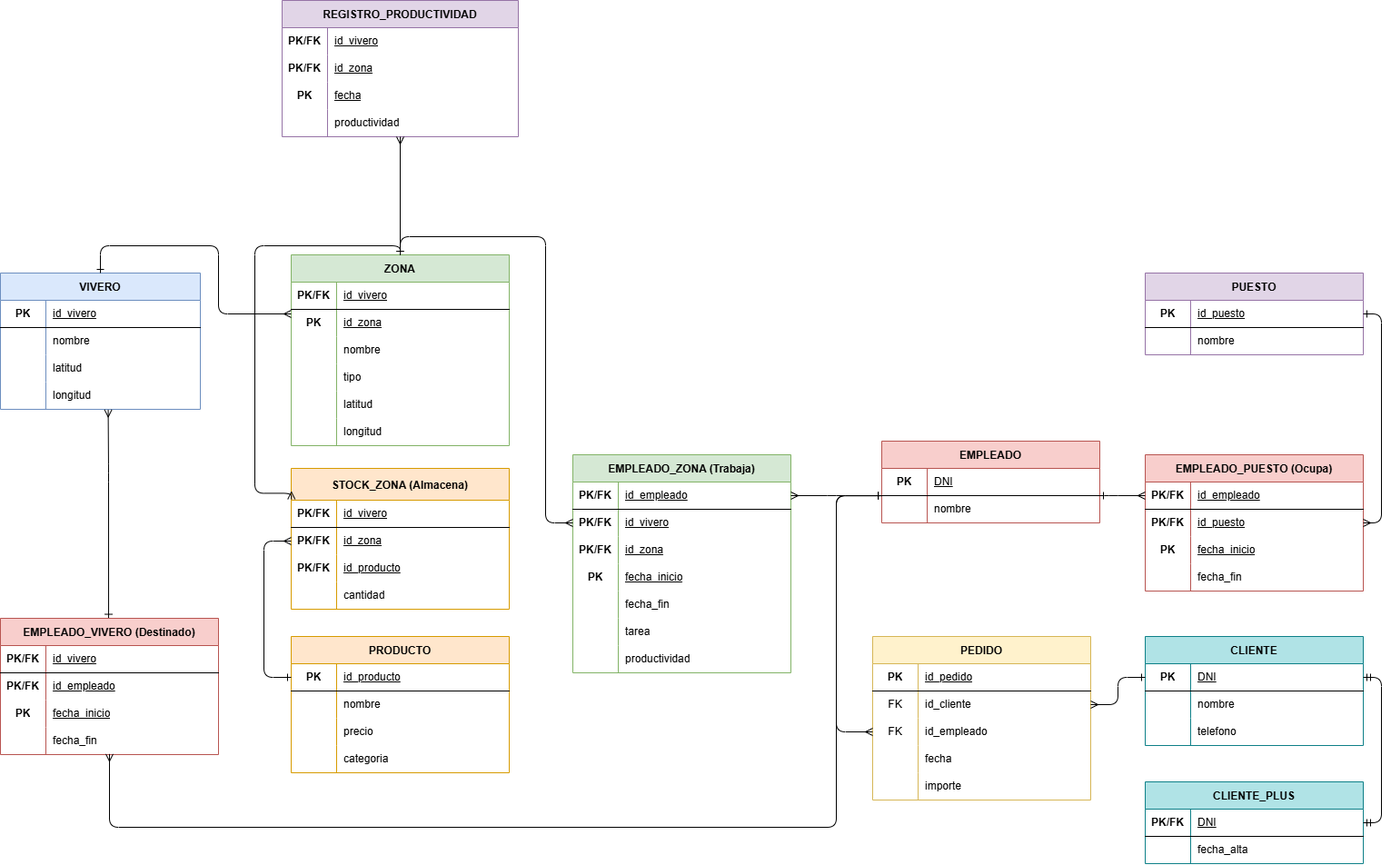
Earlier version of the draw.io export Modelo relacional.png (alu0101539669/Modelo-relacional.-Viveros). Source tidied: cells renumbered, new cells last; positions are measured from the earlier drawing's top-left corner, leaving out a move shared by most shapes.
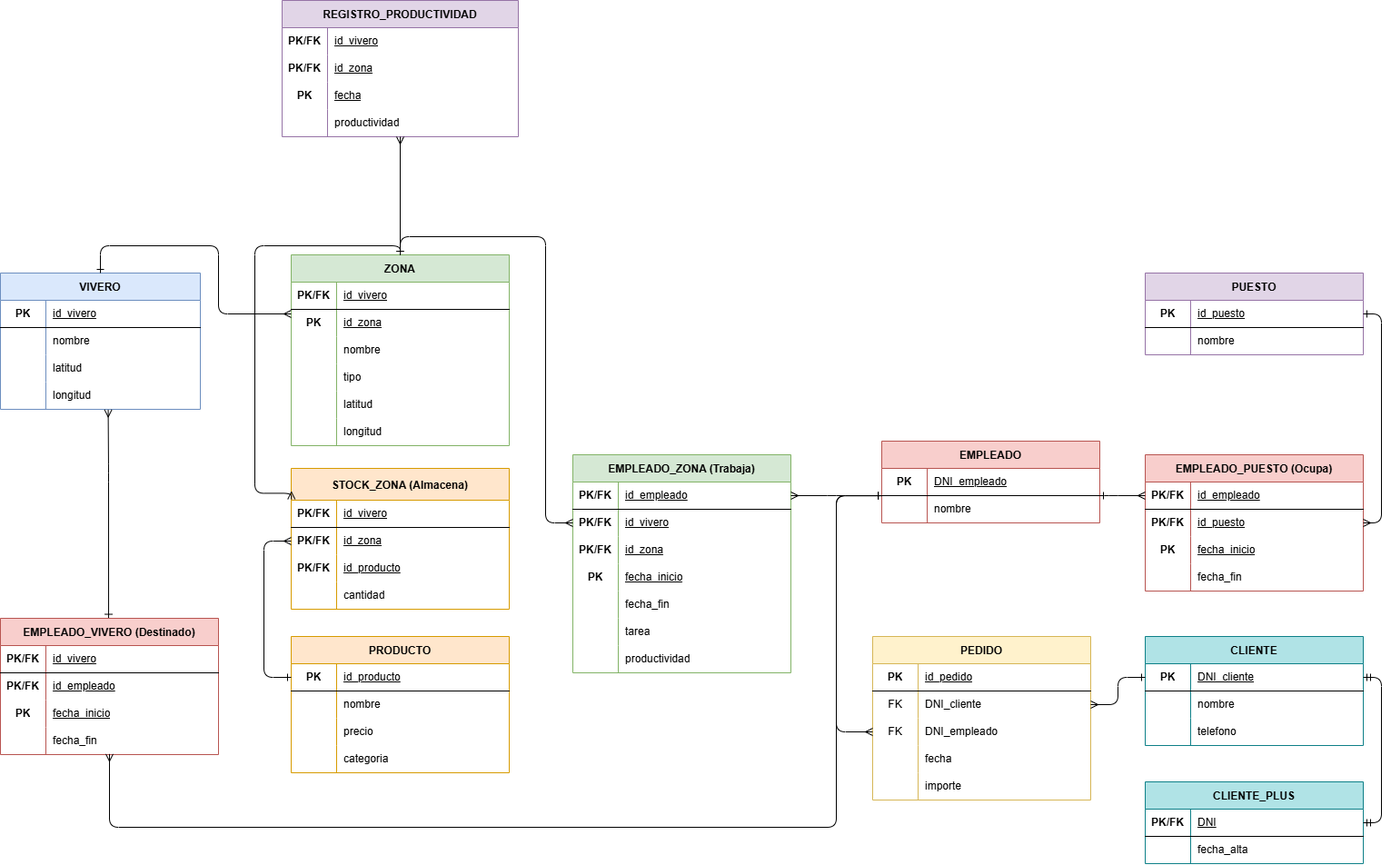
After the commit.

What changed in the source:
```diff
@@ -253,7 +253,7 @@
     <mxCell id="79" value="PK" style="shape=partialRectangle;fillColor=none;top=0;left=0;bottom=0;right=0;fontStyle=1;overflow=hidden;whiteSpace=wrap;html=1;" parent="78" vertex="1">
       <mxGeometry width="50" height="30" as="geometry" />
     </mxCell>
-    <mxCell id="80" value="DNI" style="shape=partialRectangle;fillColor=none;top=0;left=0;bottom=0;right=0;align=left;spacingLeft=6;fontStyle=4;overflow=hidden;whiteSpace=wrap;html=1;" parent="78" vertex="1">
+    <mxCell id="80" value="DNI_empleado" style="shape=partialRectangle;fillColor=none;top=0;left=0;bottom=0;right=0;align=left;spacingLeft=6;fontStyle=4;overflow=hidden;whiteSpace=wrap;html=1;" parent="78" vertex="1">
       <mxGeometry x="50" width="190" height="30" as="geometry" />
     </mxCell>
     <mxCell id="81" style="shape=tableRow;horizontal=0;startSize=0;swimlaneHead=0;swimlaneBody=0;fillColor=none;top=0;left=0;right=0;bottom=0;" parent="77" vertex="1">
@@ -433,7 +433,7 @@
     <mxCell id="132" value="PK" style="shape=partialRectangle;fillColor=none;top=0;left=0;bottom=0;right=0;fontStyle=1;overflow=hidden;whiteSpace=wrap;html=1;" parent="131" vertex="1">
       <mxGeometry width="50" height="30" as="geometry" />
     </mxCell>
-    <mxCell id="133" value="DNI" style="shape=partialRectangle;fillColor=none;top=0;left=0;bottom=0;right=0;align=left;spacingLeft=6;fontStyle=4;overflow=hidden;whiteSpace=wrap;html=1;" parent="131" vertex="1">
+    <mxCell id="133" value="DNI_cliente" style="shape=partialRectangle;fillColor=none;top=0;left=0;bottom=0;right=0;align=left;spacingLeft=6;fontStyle=4;overflow=hidden;whiteSpace=wrap;html=1;" parent="131" vertex="1">
       <mxGeometry x="50" width="190" height="30" as="geometry" />
     </mxCell>
     <mxCell id="134" style="shape=tableRow;horizontal=0;startSize=0;swimlaneHead=0;swimlaneBody=0;fillColor=none;top=0;left=0;right=0;bottom=0;" parent="130" vertex="1">
@@ -501,7 +501,7 @@
     <mxCell id="153" value="FK" style="shape=partialRectangle;fillColor=none;top=0;left=0;bottom=0;right=0;overflow=hidden;whiteSpace=wrap;html=1;" parent="152" vertex="1">
       <mxGeometry width="50" height="30" as="geometry" />
     </mxCell>
-    <mxCell id="154" value="id_cliente" style="shape=partialRectangle;fillColor=none;top=0;left=0;bottom=0;right=0;align=left;spacingLeft=6;overflow=hidden;whiteSpace=wrap;html=1;" parent="152" vertex="1">
+    <mxCell id="154" value="DNI_cliente" style="shape=partialRectangle;fillColor=none;top=0;left=0;bottom=0;right=0;align=left;spacingLeft=6;overflow=hidden;whiteSpace=wrap;html=1;" parent="152" vertex="1">
       <mxGeometry x="50" width="190" height="30" as="geometry" />
     </mxCell>
     <mxCell id="155" style="shape=tableRow;horizontal=0;startSize=0;swimlaneHead=0;swimlaneBody=0;fillColor=none;points=[[0,0.5],[1,0.5]];portConstraint=eastwest;top=0;left=0;right=0;bottom=0;" parent="148" vertex="1">
@@ -510,7 +510,7 @@
     <mxCell id="156" value="FK" style="shape=partialRectangle;fillColor=none;top=0;left=0;bottom=0;right=0;overflow=hidden;whiteSpace=wrap;html=1;" parent="155" vertex="1">
       <mxGeometry width="50" height="30" as="geometry" />
     </mxCell>
-    <mxCell id="157" value="id_empleado" style="shape=partialRectangle;fillColor=none;top=0;left=0;bottom=0;right=0;align=left;spacingLeft=6;overflow=hidden;whiteSpace=wrap;html=1;" parent="155" vertex="1">
+    <mxCell id="157" value="DNI_empleado" style="shape=partialRectangle;fillColor=none;top=0;left=0;bottom=0;right=0;align=left;spacingLeft=6;overflow=hidden;whiteSpace=wrap;html=1;" parent="155" vertex="1">
       <mxGeometry x="50" width="190" height="30" as="geometry" />
     </mxCell>
     <mxCell id="158" style="shape=tableRow;horizontal=0;startSize=0;swimlaneHead=0;swimlaneBody=0;fillColor=none;top=0;left=0;right=0;bottom=0;" parent="148" vertex="1">
```
